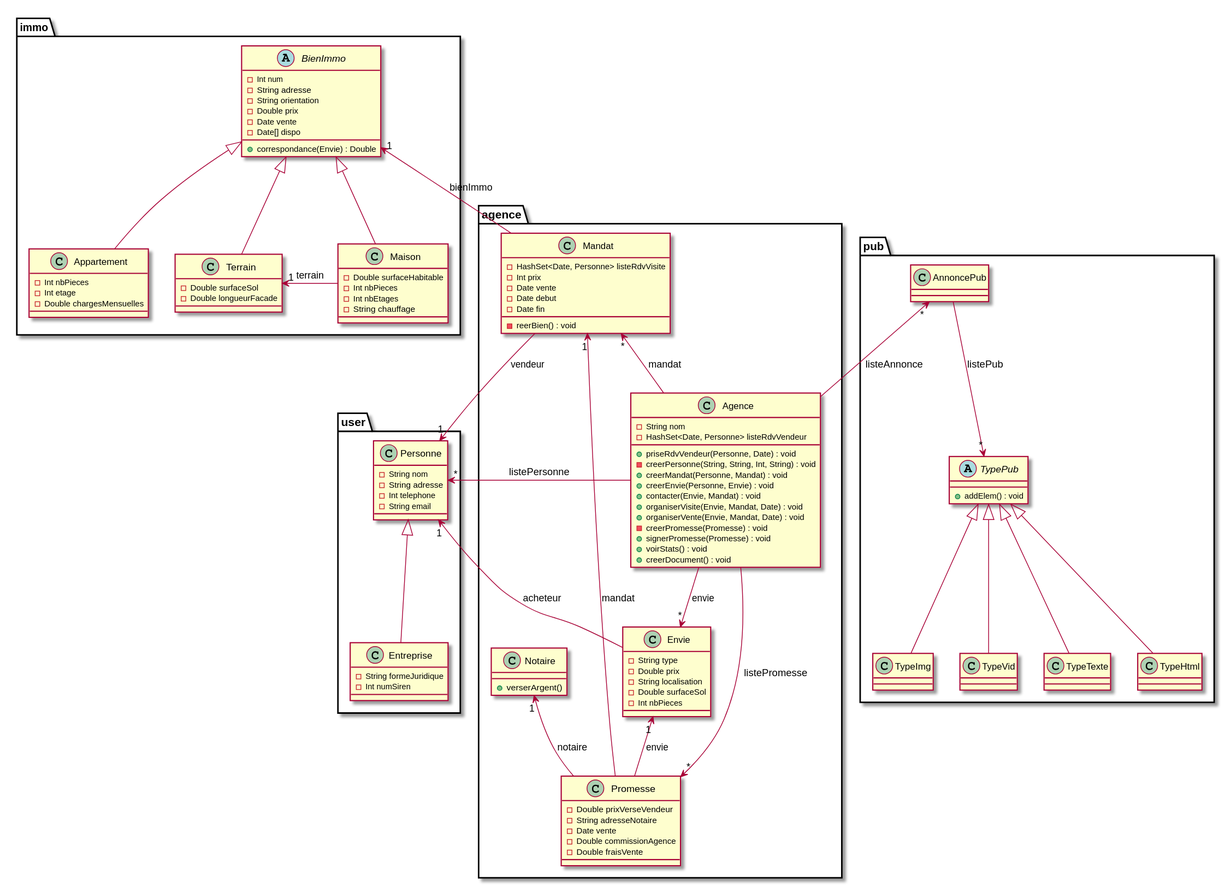
DenisGuiraudet/MIASHS_UML_PTUT keeps this PlantUML diagram as DOC/UML/diagClass.svg. Above is the earlier version.
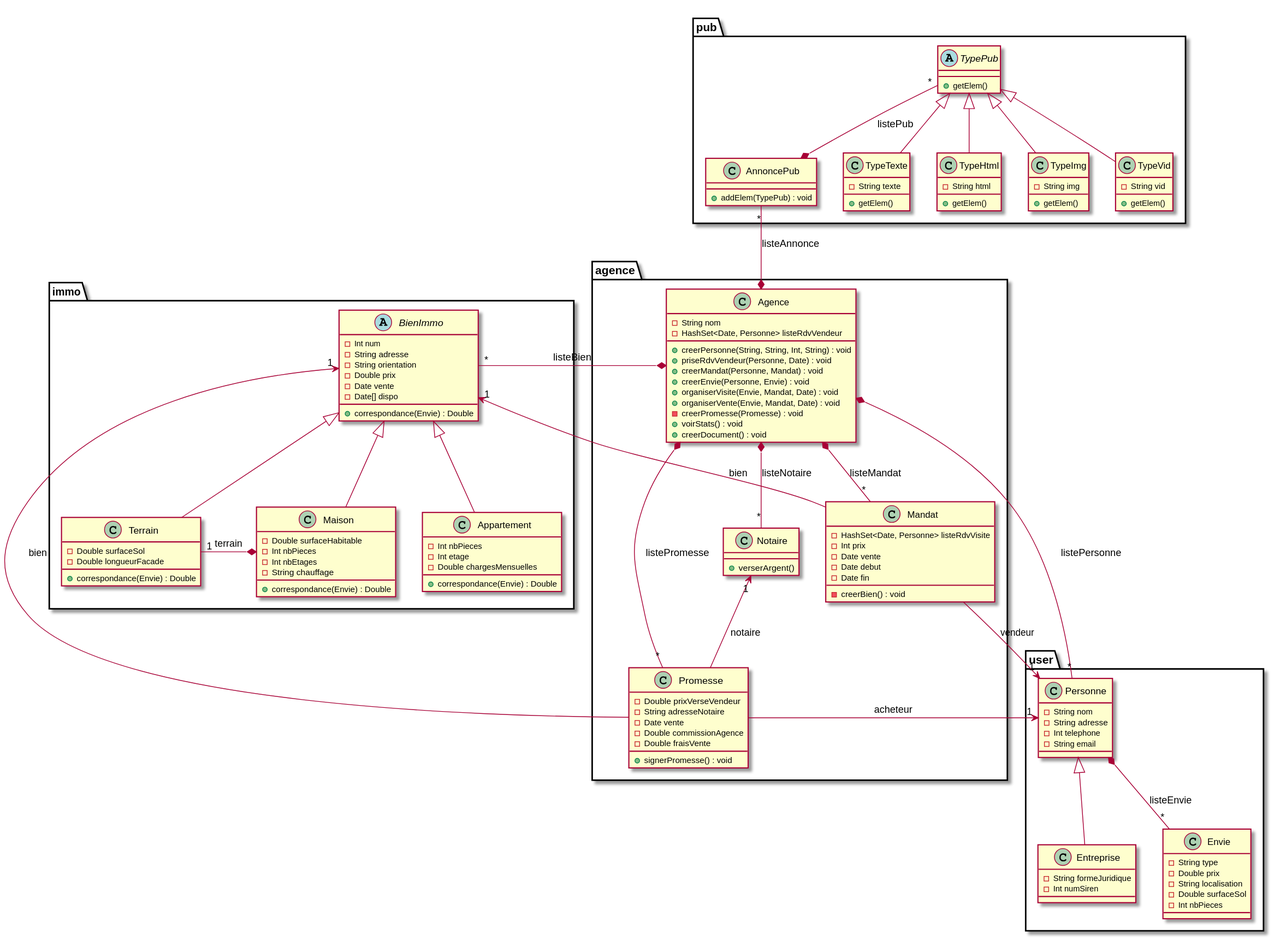
The same file after the commit.

The edit, as a diff of the source:
```diff
@@ -16,28 +16,6 @@
 
   Entreprise -up-|> Personne
 
-}
-
-package agence {
-
-  class Agence {
-    -String nom
-    -HashSet<Date, Personne> listeRdvVendeur
-    +priseRdvVendeur(Personne, Date) : void
-    -creerPersonne(String, String, Int, String) : void
-    +creerMandat(Personne, Mandat) : void
-    +creerEnvie(Personne, Envie) : void
-    +contacter(Envie, Mandat) : void
-    +organiserVisite(Envie, Mandat, Date) : void
-    +organiserVente(Envie, Mandat, Date) : void
-    -creerPromesse(Promesse) : void
-    +signerPromesse(Promesse) : void
-    +voirStats() : void
-    +creerDocument() : void
-  }
-
-  Personne "*"<-- Agence : "listePersonne"
-
   class Envie {
     -String type
     -Double prix
@@ -46,20 +24,36 @@
     -Int nbPieces
   }
 
+  Personne *--"*" Envie : "listeEnvie"
+
+}
+
+package agence {
+
+  class Agence {
+    -String nom
+    -HashSet<Date, Personne> listeRdvVendeur
+    +creerPersonne(String, String, Int, String) : void
+    +priseRdvVendeur(Personne, Date) : void
+    +creerMandat(Personne, Mandat) : void
+    +creerEnvie(Personne, Envie) : void
+    +organiserVisite(Envie, Mandat, Date) : void
+    +organiserVente(Envie, Mandat, Date) : void
+    -creerPromesse(Promesse) : void
+    +voirStats() : void
+    +creerDocument() : void
+  }
+
+  Personne "*"-left-* Agence : "listePersonne"
+
   class Mandat {
     -HashSet<Date, Personne> listeRdvVisite
     -Int prix
     -Date vente
     -Date debut
     -Date fin
-    - reerBien() : void
+    -creerBien() : void
   }
-
-  Agence -up->"*" Mandat : "mandat"
-  Agence -->"*" Envie : "envie"
-
-  Envie -->"1" Personne : "acheteur"
-  Mandat -->"1" Personne : "vendeur"
 
   class Promesse {
     -Double prixVerseVendeur
@@ -67,15 +61,20 @@
     -Date vente
     -Double commissionAgence
     -Double fraisVente
+    +signerPromesse() : void
   }
 
-  Agence -->"*" Promesse : "listePromesse"
-  Mandat "1"<-- Promesse : "mandat"
-  Envie "1"<-- Promesse : "envie"
+  Agence *--"*" Mandat : "listeMandat"
+  Agence *--"*" Promesse : "listePromesse"
+
+  Mandat -->"1" Personne : "vendeur"
+  Promesse -->"1" Personne : "acheteur"
 
   class Notaire {
     +verserArgent()
   }
+
+  Agence *--"*" Notaire : "listeNotaire"
 
   Notaire "1"<-- Promesse : "notaire"
 
@@ -84,25 +83,34 @@
 package pub {
 
   class AnnoncePub {
+    +addElem(TypePub) : void
   }
 
-  AnnoncePub "*"<-- Agence : "listeAnnonce"
-  TypePub "*"<-down- AnnoncePub : "listePub"
+  AnnoncePub "*"--* Agence : "listeAnnonce"
+  TypePub "*"--* AnnoncePub : "listePub"
 
   abstract class TypePub {
-    +addElem() : void
+    +getElem()
   }
 
   class TypeTexte {
+    -String texte
+    +getElem()
   }
 
   class TypeHtml {
+    -String html
+    +getElem()
   }
 
   class TypeImg {
+    -String img
+    +getElem()
   }
 
   class TypeVid {
+    -String vid
+    +getElem()
   }
 
   TypeTexte -up-|> TypePub
@@ -124,9 +132,14 @@
     +correspondance(Envie) : Double
   }
 
+  BienImmo "*"-left-* Agence : "listeBien"
+  Mandat -up->"1" BienImmo : "bien"
+  Promesse -up->"1" BienImmo : "bien"
+
   class Terrain {
     -Double surfaceSol
     -Double longueurFacade
+    +correspondance(Envie) : Double
   }
 
   class Maison {
@@ -134,21 +147,21 @@
     -Int nbPieces
     -Int nbEtages
     -String chauffage
+    +correspondance(Envie) : Double
   }
 
   class Appartement {
     -Int nbPieces
     -Int etage
     -Double chargesMensuelles
+    +correspondance(Envie) : Double
   }
 
-  BienImmo "1"<-- Mandat : "bienImmo"
+  Appartement -up-|> BienImmo
+  Maison -up-|> BienImmo
+  Terrain -up-|> BienImmo
 
-  Terrain -up-|> BienImmo
-  Maison -up-|> BienImmo
-  Appartement -up-|> BienImmo
-
-  Maison -left->"1" Terrain : "terrain"
+  Maison *-left-"1" Terrain : "terrain"
 
 }
 
```
